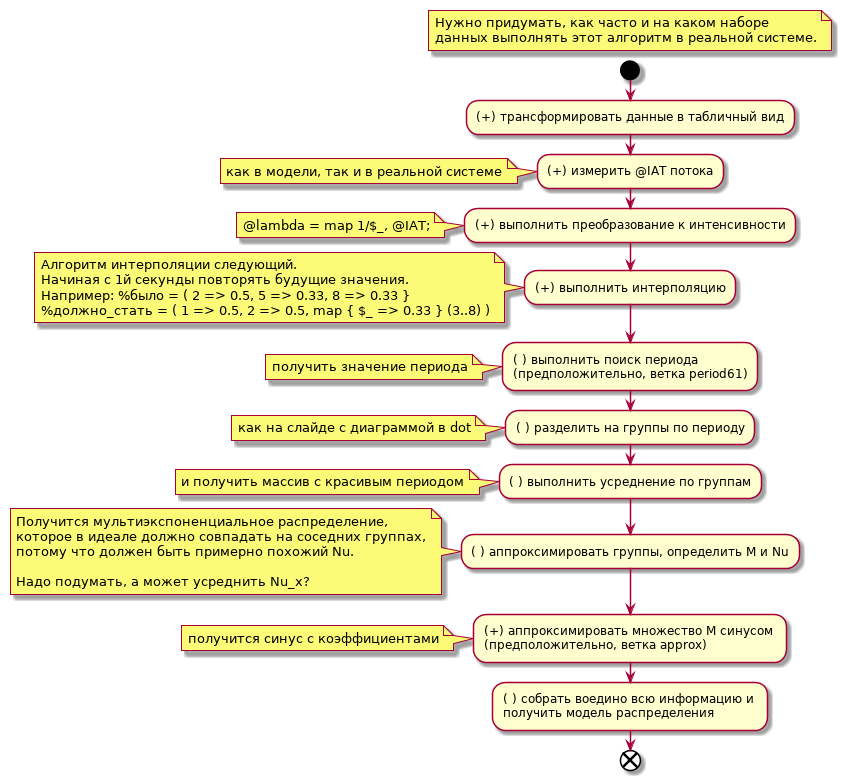
zhmylove/caler keeps this PlantUML diagram as arch/approx_algo.png. Above is the earlier version.
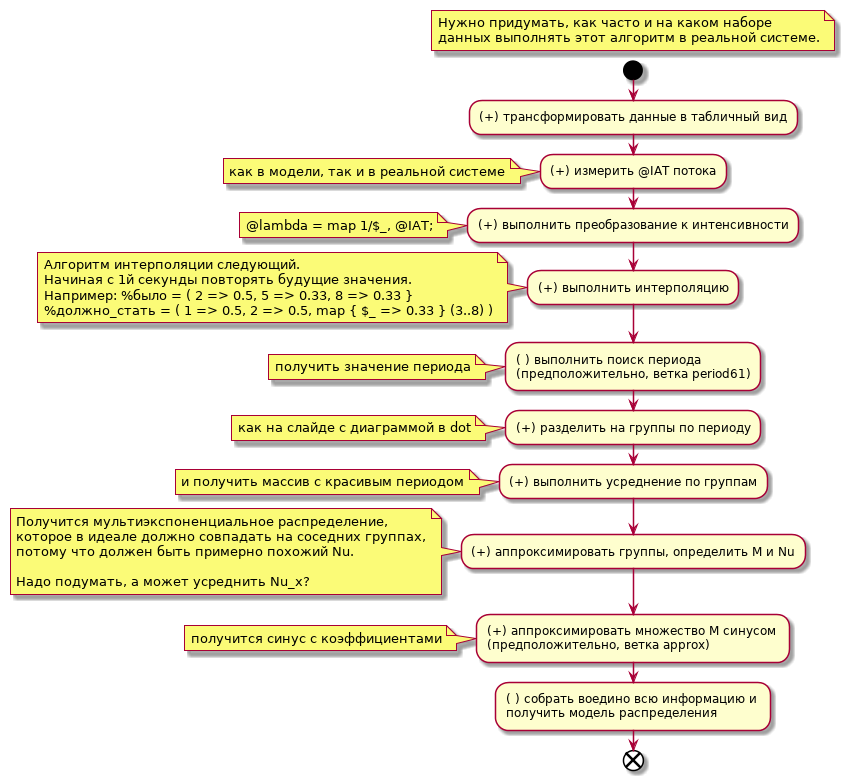
Above is the later version.

What changed in the source:
```diff
@@ -26,13 +26,13 @@
 :( ) выполнить поиск периода \n(предположительно, ветка period61);
 note : получить значение периода
 
-:( ) разделить на группы по периоду;
+:(+) разделить на группы по периоду;
 note : как на слайде с диаграммой в dot
 
-:( ) выполнить усреднение по группам;
+:(+) выполнить усреднение по группам;
 note : и получить массив с красивым периодом
 
-:( ) аппроксимировать группы, определить M и Nu;
+:(+) аппроксимировать группы, определить M и Nu;
 note
    Получится мультиэкспоненциальное распределение,
    которое в идеале должно совпадать на соседних группах,
```
